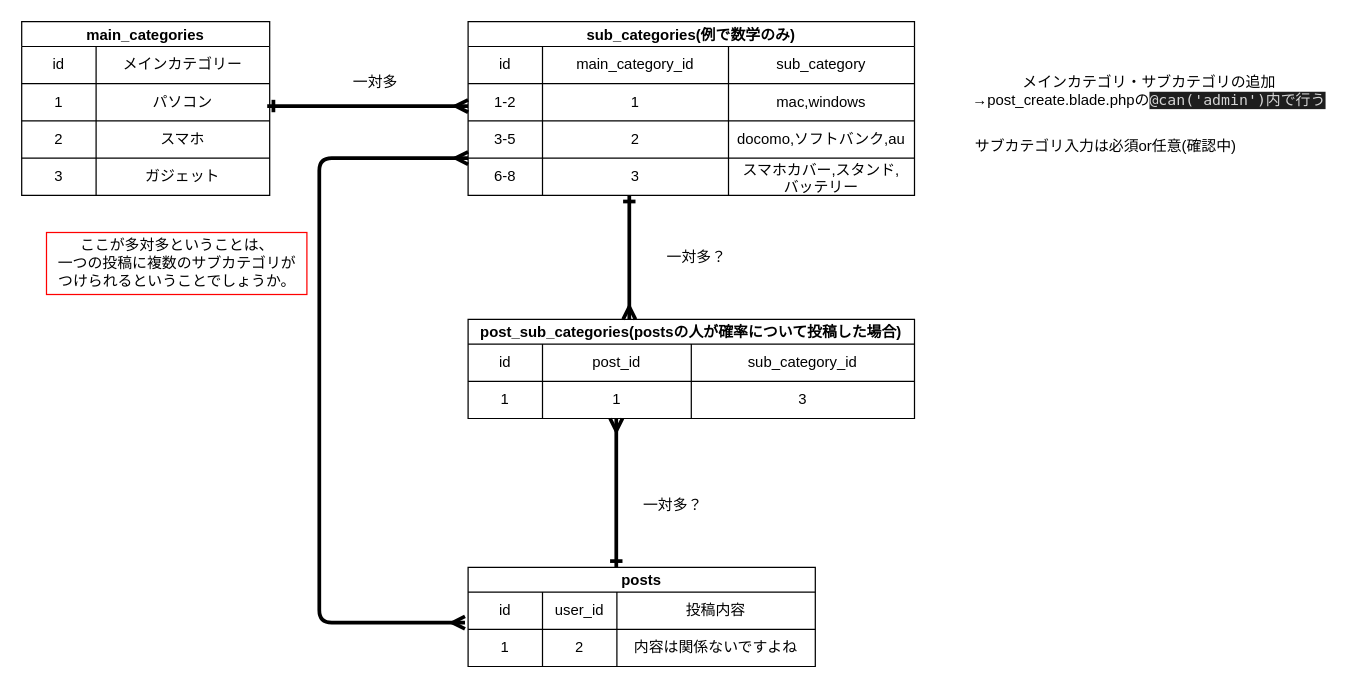
Before: compass.dio in I-Kouta/compass, a draw.io diagram. Source tidied: cells renumbered, new cells numbered last; positions are measured from the earlier drawing's top-left corner, leaving out a move shared by most shapes. Both pictures are drawn from the tidied source at 124%, with x=0, y=0 at pixel (21, 21).
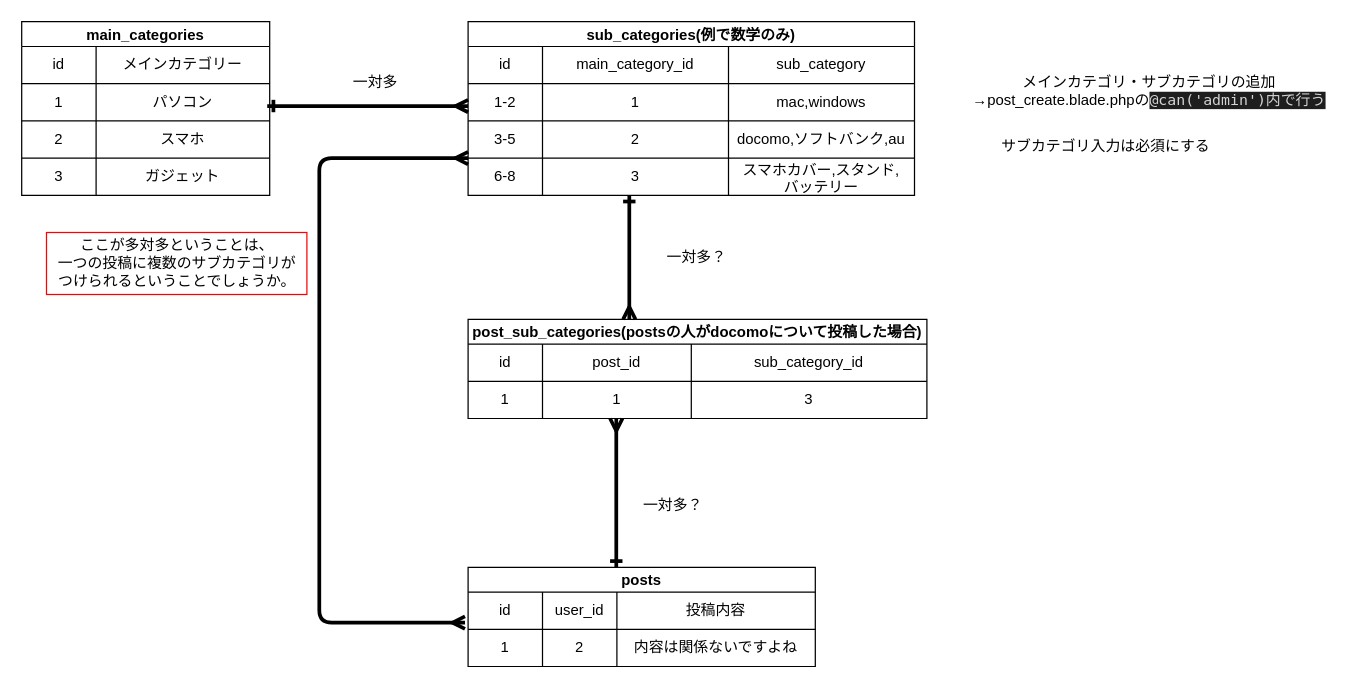
The same diagram, later.

Commit message (it also covers changes not shown here):
見やすいように修正しました

Change to the diagram source:
```diff
@@
-    <mxCell id="2" value="サブカテゴリ入力は必須or任意(確認中)" style="text;html=1;align=center;verticalAlign=middle;strokeColor=#FFFFFF;fillColor=none;shadow=0;" parent="1" vertex="1">
-      <mxGeometry x="759" y="91" width="230" height="20" as="geometry" />
+    <mxCell id="2" value="サブカテゴリ入力は必須にする" style="text;html=1;align=center;verticalAlign=middle;strokeColor=#FFFFFF;fillColor=none;shadow=0;" parent="1" vertex="1">
+      <mxGeometry x="784" y="91" width="180" height="20" as="geometry" />
     </mxCell>
@@
-    <mxCell id="42" value="post_sub_categories(postsの人が確率について投稿した場合)" style="shape=table;startSize=20;childLayout=tableLayout;fontStyle=1;align=center;" parent="1" vertex="1">
-      <mxGeometry x="360" y="240" width="360" height="80" as="geometry" />
+    <mxCell id="42" value="post_sub_categories(postsの人がdocomoについて投稿した場合)" style="shape=table;startSize=20;childLayout=tableLayout;fontStyle=1;align=center;" parent="1" vertex="1">
+      <mxGeometry x="360" y="240" width="370" height="80" as="geometry" />
     </mxCell>
     <mxCell id="43" style="shape=partialRectangle;html=1;whiteSpace=wrap;fillColor=none;top=0;left=0;bottom=0;right=0;" parent="42" vertex="1">
-      <mxGeometry y="20" width="360" height="30" as="geometry" />
+      <mxGeometry y="20" width="370" height="30" as="geometry" />
     </mxCell>
@@
     <mxCell id="46" value="sub_category_id" style="shape=partialRectangle;html=1;whiteSpace=wrap;fillColor=none;top=0;left=0;bottom=0;right=0;overflow=hidden;" parent="43" vertex="1">
-      <mxGeometry x="180" width="180" height="30" as="geometry" />
+      <mxGeometry x="180" width="190" height="30" as="geometry" />
     </mxCell>
     <mxCell id="47" style="shape=partialRectangle;html=1;whiteSpace=wrap;fillColor=none;top=0;left=0;bottom=0;right=0;" parent="42" vertex="1">
-      <mxGeometry y="50" width="360" height="30" as="geometry" />
+      <mxGeometry y="50" width="370" height="30" as="geometry" />
     </mxCell>
@@
     <mxCell id="50" value="3" style="shape=partialRectangle;html=1;whiteSpace=wrap;fillColor=none;top=0;left=0;bottom=0;right=0;overflow=hidden;" parent="47" vertex="1">
-      <mxGeometry x="180" width="180" height="30" as="geometry" />
+      <mxGeometry x="180" width="190" height="30" as="geometry" />
     </mxCell>
```
